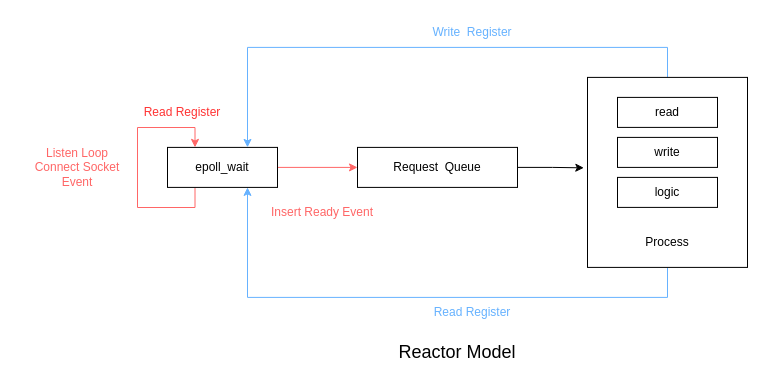
Above: linux_net/未命名绘图.drawio in micro-script/Graph.Draw.IO (draw.io), before the change. Source tidied: cells renumbered, new cells numbered last; positions are measured from the earlier drawing's top-left corner, leaving out a move shared by most shapes. Both pictures are drawn from the tidied source at 100%, with x=0, y=0 at pixel (17, 17).
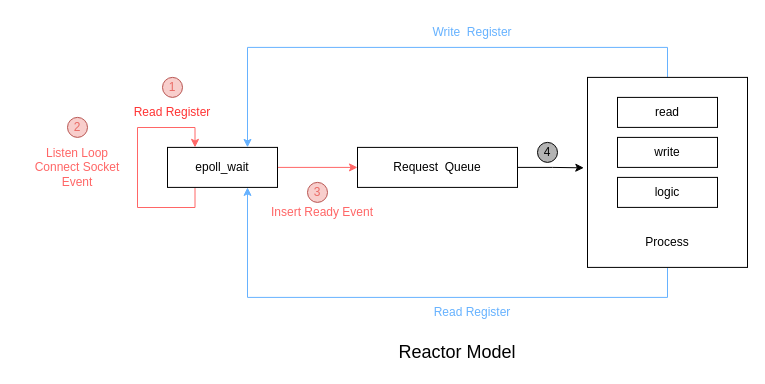
After the change.

The edit, as a diff of the source:
```diff
@@
     <mxCell id="16" value="Read Register" style="text;html=1;strokeColor=none;fillColor=none;align=center;verticalAlign=middle;whiteSpace=wrap;rounded=0;fontColor=#FF3333;" parent="1" vertex="1">
-      <mxGeometry x="100" y="79.9" width="130" height="30" as="geometry" />
+      <mxGeometry x="90" y="79.9" width="130" height="30" as="geometry" />
     </mxCell>
@@
+    <mxCell id="20" value="1" style="ellipse;whiteSpace=wrap;html=1;fillColor=#f8cecc;strokeColor=#b85450;fontColor=#EA6B66;" parent="1" vertex="1">
+      <mxGeometry x="145" y="59.9" width="20" height="20" as="geometry" />
+    </mxCell>
+    <mxCell id="21" value="2" style="ellipse;whiteSpace=wrap;html=1;fillColor=#f8cecc;strokeColor=#b85450;fontColor=#EA6B66;" parent="1" vertex="1">
+      <mxGeometry x="50" y="99.9" width="20" height="20" as="geometry" />
+    </mxCell>
+    <mxCell id="22" value="3" style="ellipse;whiteSpace=wrap;html=1;fillColor=#f8cecc;strokeColor=#b85450;fontColor=#EA6B66;" parent="1" vertex="1">
+      <mxGeometry x="290" y="164.9" width="20" height="20" as="geometry" />
+    </mxCell>
+    <mxCell id="23" value="4" style="ellipse;whiteSpace=wrap;html=1;fillColor=#B3B3B3;strokeColor=#000000;fontColor=#000000;" parent="1" vertex="1">
+      <mxGeometry x="520" y="124.9" width="20" height="20" as="geometry" />
+    </mxCell>
```
